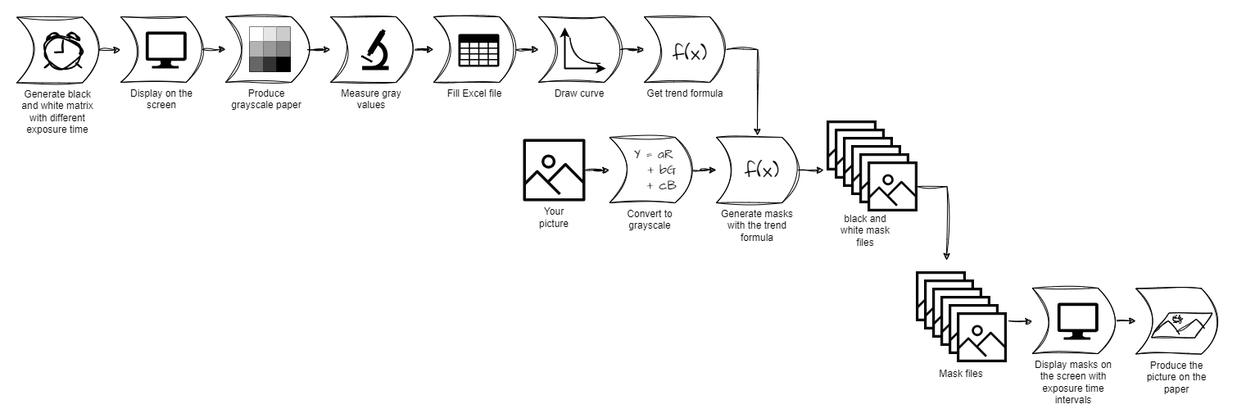
ovhk/DigitalFilm keeps this draw.io diagram as img/mode graytotime synoptic.drawio.png. Above is the earlier version. Source tidied: cells renumbered, new cells last; positions are measured from the earlier drawing's top-left corner, leaving out a move shared by most shapes.
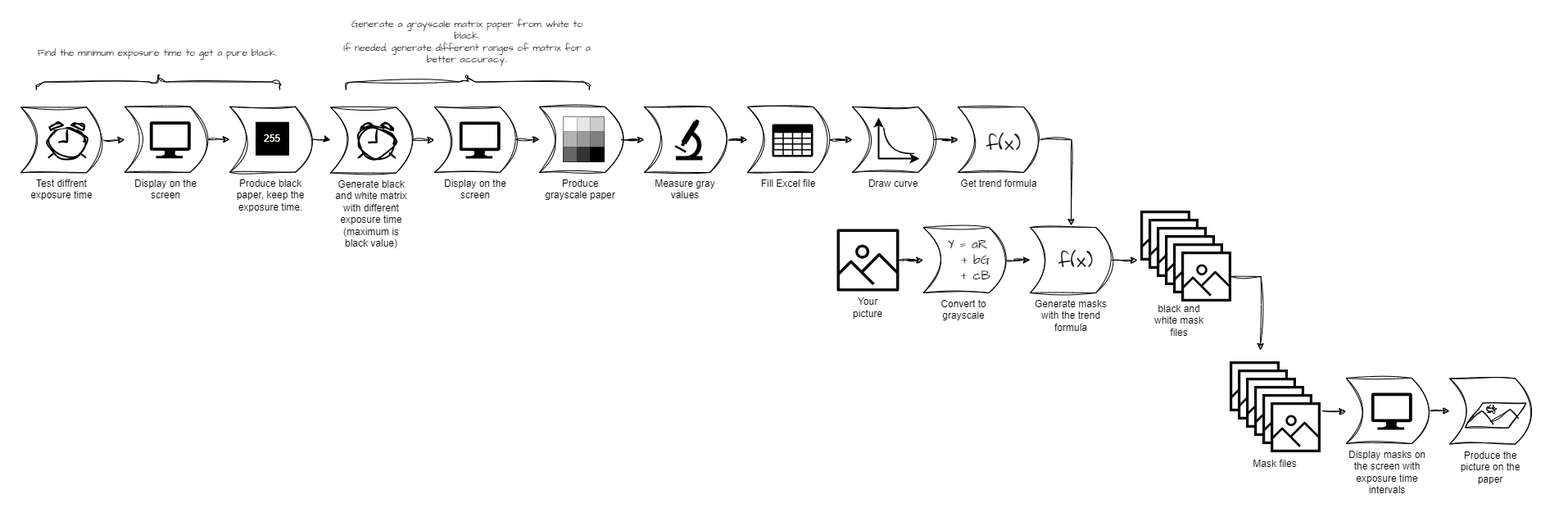
The same file after the commit.

The edit, as a diff of the source:
```diff
@@ -3,7 +3,7 @@
     <mxCell id="0" />
     <mxCell id="1" parent="0" />
     <mxCell id="2" style="rounded=0;whiteSpace=wrap;html=1;strokeColor=none;" parent="1" vertex="1">
-      <mxGeometry width="1510" height="510" as="geometry" />
+      <mxGeometry x="-383.3" y="-110" width="1913.3" height="620" as="geometry" />
     </mxCell>
     <mxCell id="3" style="edgeStyle=orthogonalEdgeStyle;rounded=0;jettySize=auto;html=1;exitX=1;exitY=0.5;exitDx=0;exitDy=0;sketch=1;curveFitting=1;jiggle=2;" parent="1" edge="1" source="4" target="8">
       <mxGeometry relative="1" as="geometry" />
@@ -172,7 +172,7 @@
     <mxCell id="55" style="verticalLabelPosition=bottom;html=1;verticalAlign=top;align=center;strokeColor=none;fillColor=#000000;shape=mxgraph.azure.computer;" parent="1" vertex="1">
       <mxGeometry x="177.3" y="38" width="50" height="45" as="geometry" />
     </mxCell>
-    <mxCell id="56" value="Generate black and white matrix with different exposure time" style="shape=dataStorage;whiteSpace=wrap;html=1;fixedSize=1;flipH=1;align=center;sketch=1;curveFitting=1;jiggle=2;labelPosition=center;verticalLabelPosition=bottom;verticalAlign=top;" parent="1" vertex="1">
+    <mxCell id="56" value="Generate black and white matrix with different exposure time (maximum is black value)" style="shape=dataStorage;whiteSpace=wrap;html=1;fixedSize=1;flipH=1;align=center;sketch=1;curveFitting=1;jiggle=2;labelPosition=center;verticalLabelPosition=bottom;verticalAlign=top;" parent="1" vertex="1">
       <mxGeometry x="20" y="20.5" width="100" height="80" as="geometry" />
     </mxCell>
     <mxCell id="57" style="html=1;verticalLabelPosition=bottom;align=center;labelBackgroundColor=#ffffff;verticalAlign=top;strokeWidth=2;strokeColor=#000000;shadow=0;dashed=0;shape=mxgraph.ios7.icons.alarm_clock;sketch=1;curveFitting=1;jiggle=2;" parent="1" vertex="1">
@@ -327,5 +327,46 @@
     <mxCell id="99" style="ellipse;whiteSpace=wrap;html=1;sketch=1;curveFitting=1;jiggle=2;" parent="93" vertex="1">
       <mxGeometry x="25.6" y="4.2" width="10.2" height="7.5" as="geometry" />
     </mxCell>
+    <mxCell id="100" style="edgeStyle=orthogonalEdgeStyle;rounded=0;jettySize=auto;html=1;sketch=1;curveFitting=1;jiggle=2;" parent="1" edge="1" source="101">
+      <mxGeometry relative="1" as="geometry">
+        <mxPoint x="-103" y="59.8" as="targetPoint" />
+      </mxGeometry>
+    </mxCell>
+    <mxCell id="101" value="Display on the screen" style="shape=dataStorage;whiteSpace=wrap;html=1;fixedSize=1;flipH=1;align=center;sketch=1;curveFitting=1;jiggle=2;labelPosition=center;verticalLabelPosition=bottom;verticalAlign=top;" parent="1" vertex="1">
+      <mxGeometry x="-231.3" y="19.8" width="100" height="80" as="geometry" />
+    </mxCell>
+    <mxCell id="102" style="edgeStyle=orthogonalEdgeStyle;rounded=0;jettySize=auto;html=1;exitX=1;exitY=0.5;exitDx=0;exitDy=0;sketch=1;curveFitting=1;jiggle=2;" parent="1" edge="1" source="104" target="101">
+      <mxGeometry relative="1" as="geometry" />
+    </mxCell>
+    <mxCell id="103" style="verticalLabelPosition=bottom;html=1;verticalAlign=top;align=center;strokeColor=none;fillColor=#000000;shape=mxgraph.azure.computer;" parent="1" vertex="1">
+      <mxGeometry x="-200.7" y="37.8" width="50" height="45" as="geometry" />
+    </mxCell>
+    <mxCell id="104" value="Test diffrent exposure time" style="shape=dataStorage;whiteSpace=wrap;html=1;fixedSize=1;flipH=1;align=center;sketch=1;curveFitting=1;jiggle=2;labelPosition=center;verticalLabelPosition=bottom;verticalAlign=top;" parent="1" vertex="1">
+      <mxGeometry x="-358" y="20.2" width="100" height="80" as="geometry" />
+    </mxCell>
+    <mxCell id="105" style="html=1;verticalLabelPosition=bottom;align=center;labelBackgroundColor=#ffffff;verticalAlign=top;strokeWidth=2;strokeColor=#000000;shadow=0;dashed=0;shape=mxgraph.ios7.icons.alarm_clock;sketch=1;curveFitting=1;jiggle=2;" parent="1" vertex="1">
+      <mxGeometry x="-324" y="39.8" width="44.9" height="42" as="geometry" />
+    </mxCell>
+    <mxCell id="106" style="edgeStyle=orthogonalEdgeStyle;rounded=0;jettySize=auto;html=1;exitX=1;exitY=0.5;exitDx=0;exitDy=0;sketch=1;curveFitting=1;jiggle=2;" parent="1" edge="1" source="107" target="56">
+      <mxGeometry relative="1" as="geometry" />
+    </mxCell>
+    <mxCell id="107" value="Produce black paper, keep the exposure time." style="shape=dataStorage;whiteSpace=wrap;html=1;fixedSize=1;flipH=1;align=center;sketch=1;curveFitting=1;jiggle=2;labelPosition=center;verticalLabelPosition=bottom;verticalAlign=top;" parent="1" vertex="1">
+      <mxGeometry x="-103" y="19.8" width="100" height="80" as="geometry" />
+    </mxCell>
+    <mxCell id="108" value="255" style="rounded=0;whiteSpace=wrap;html=1;fillColor=#000000;fontColor=#FFFFF5;" parent="1" vertex="1">
+      <mxGeometry x="-71" y="38.8" width="40" height="40" as="geometry" />
+    </mxCell>
+    <mxCell id="109" value="&lt;span style=&quot;color: rgb(0, 0, 0); font-size: 12px; font-style: normal; font-variant-ligatures: normal; font-variant-caps: normal; font-weight: 400; letter-spacing: normal; orphans: 2; text-indent: 0px; text-transform: none; widows: 2; word-spacing: 0px; -webkit-text-stroke-width: 0px; text-decoration-thickness: initial; text-decoration-style: initial; text-decoration-color: initial; float: none; display: inline !important;&quot;&gt;Find the minimum exposure time to get a pure black.&lt;/span&gt;" style="text;whiteSpace=wrap;html=1;align=center;fontFamily=Architects Daughter;fontSource=https%3A%2F%2Ffonts.googleapis.com%2Fcss%3Ffamily%3DArchitects%2BDaughter;labelBackgroundColor=default;" parent="1" vertex="1">
+      <mxGeometry x="-345.7" y="-59" width="310" height="40" as="geometry" />
+    </mxCell>
+    <mxCell id="110" style="shape=curlyBracket;whiteSpace=wrap;html=1;rounded=1;labelPosition=left;verticalLabelPosition=middle;align=right;verticalAlign=middle;rotation=90;sketch=1;curveFitting=1;jiggle=2;" parent="1" vertex="1">
+      <mxGeometry x="-200.7" y="-159" width="20" height="297" as="geometry" />
+    </mxCell>
+    <mxCell id="111" style="shape=curlyBracket;whiteSpace=wrap;html=1;rounded=1;labelPosition=left;verticalLabelPosition=middle;align=right;verticalAlign=middle;rotation=90;sketch=1;curveFitting=1;jiggle=2;" parent="1" vertex="1">
+      <mxGeometry x="177.3" y="-159" width="20" height="297" as="geometry" />
+    </mxCell>
+    <mxCell id="112" value="&lt;span style=&quot;font-size: 12px; font-style: normal; font-variant-ligatures: normal; font-variant-caps: normal; font-weight: 400; letter-spacing: normal; orphans: 2; text-indent: 0px; text-transform: none; widows: 2; word-spacing: 0px; -webkit-text-stroke-width: 0px; text-decoration-thickness: initial; text-decoration-style: initial; text-decoration-color: initial; float: none; display: inline !important;&quot;&gt;Generate a grayscale matrix paper from white to black.&lt;br&gt;If needed, generate different ranges of matrix for a better accuracy..&lt;/span&gt;" style="text;whiteSpace=wrap;html=1;align=center;fontFamily=Architects Daughter;fontSource=https%3A%2F%2Ffonts.googleapis.com%2Fcss%3Ffamily%3DArchitects%2BDaughter;fontColor=default;labelBackgroundColor=default;" parent="1" vertex="1">
+      <mxGeometry x="32.3" y="-94" width="310" height="71" as="geometry" />
+    </mxCell>
   </root>
 </mxGraphModel>
```
